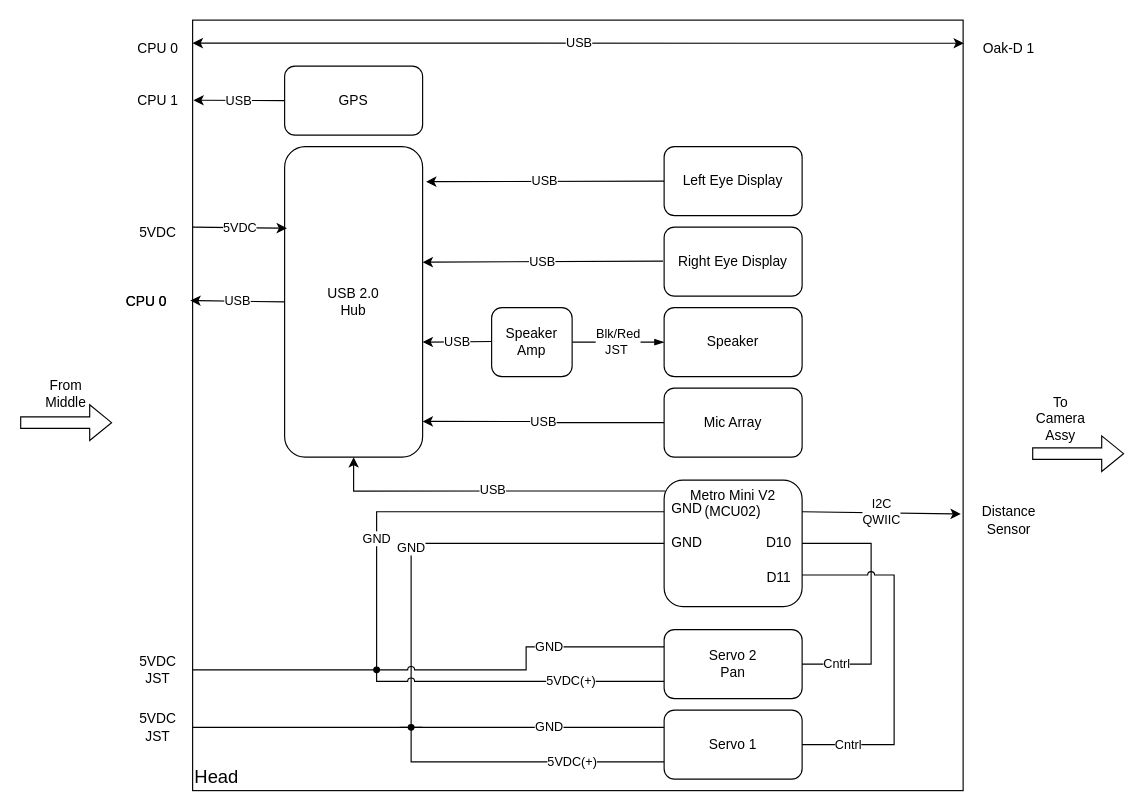
This is page "head" (5 of 6) of syseng/r2_interconnect.drawio from Pieman-130/r2_dev, a draw.io file, before an edit. Source tidied: cells renumbered, new cells numbered last; positions are measured from the earlier drawing's top-left corner, leaving out a move shared by most shapes. Both pictures are drawn from the tidied source at 115%, with x=0, y=0 at pixel (20, 20).
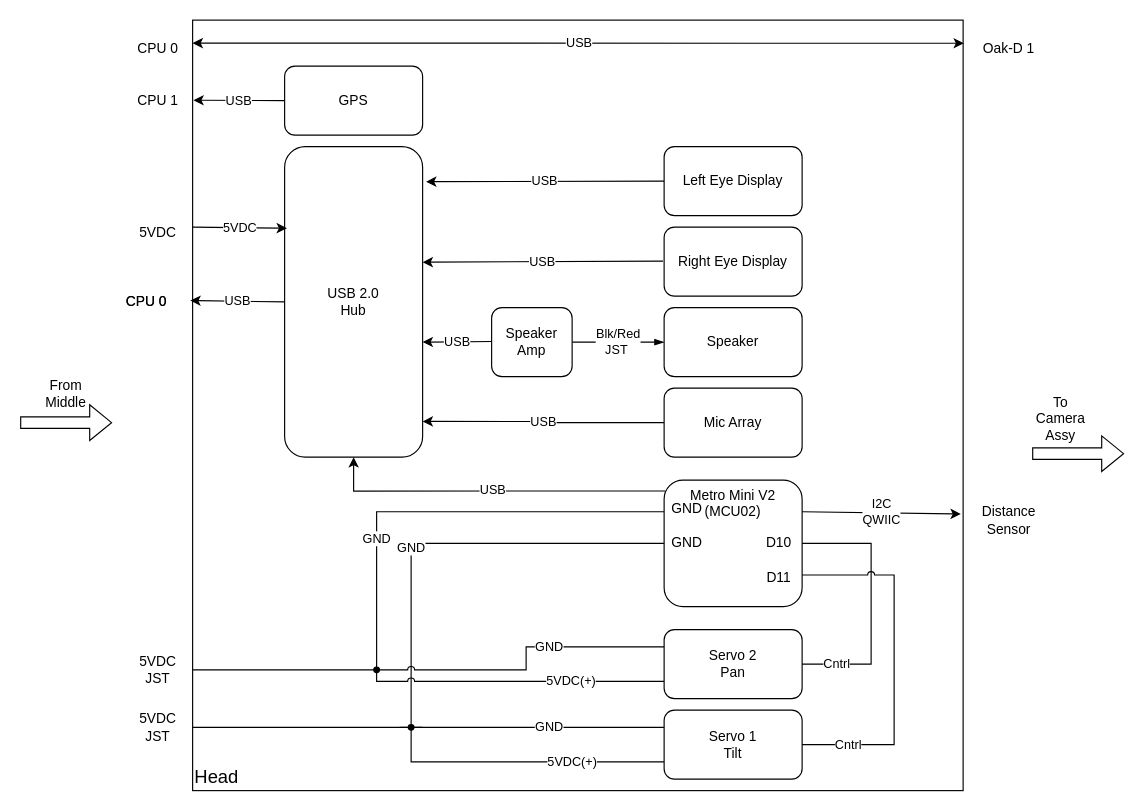
The same diagram, later.

Commit message (it also covers changes not shown here):
didn't save original

Change to the diagram source:
```diff
@@
-    <mxCell id="5" value="Servo 1" style="rounded=1;whiteSpace=wrap;html=1;" parent="1" vertex="1">
+    <mxCell id="5" value="Servo 1&lt;div&gt;Tilt&lt;/div&gt;" style="rounded=1;whiteSpace=wrap;html=1;" parent="1" vertex="1">
       <mxGeometry x="560" y="600" width="120" height="60" as="geometry" />
     </mxCell>
```
